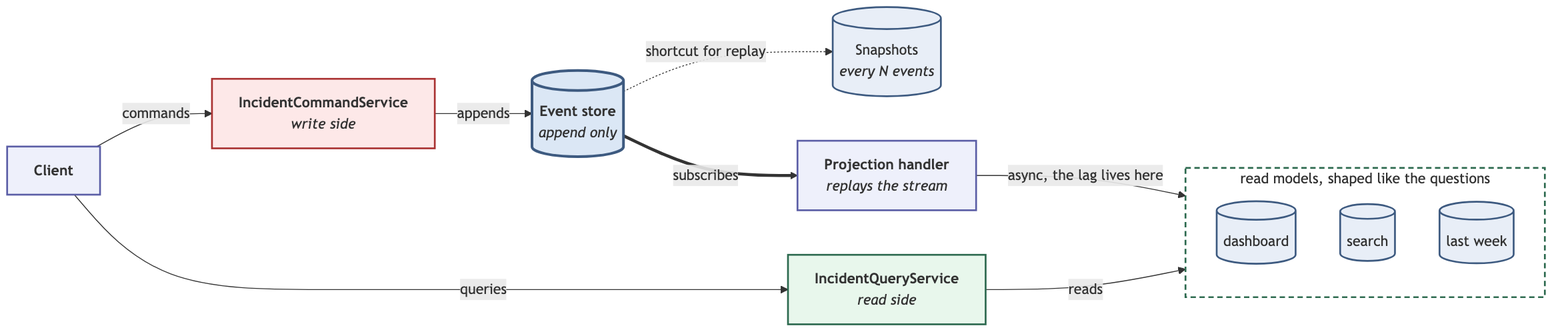
Earlier version of the Mermaid export assets/article_images/2026-08-21-from-cqrs-to-event-driven-architecture/04-es-cqrs.png (maldins46/comepaolo-blog-v2). Its source is kept beside it as assets/article_images/2026-08-21-from-cqrs-to-event-driven-architecture/04-es-cqrs.mmd. The source it was exported from:
```mermaid
flowchart LR
  C["<b>Client</b>"]
  CS["<b>IncidentCommandService</b><br/><i>write side</i>"]
  ES[("<b>Event store</b><br/><i>append only</i>")]
  SN[("Snapshots<br/><i>every N events</i>")]
  H["<b>Projection handler</b><br/><i>replays the stream</i>"]
  QS["<b>IncidentQueryService</b><br/><i>read side</i>"]

  subgraph RM["read models, shaped like the questions"]
    direction TB
    R1[("dashboard")]
    R2[("search")]
    R3[("last week")]
  end

  C -->|commands| CS
  CS -->|appends| ES
  ES -.->|shortcut for replay| SN
  ES ==>|subscribes| H
  H -->|async, the lag lives here| RM
  C -->|queries| QS
  QS -->|reads| RM

  classDef store fill:#e8eef7,stroke:#3d5a80,stroke-width:2px
  classDef main fill:#dbe7f5,stroke:#3d5a80,stroke-width:3px
  classDef write fill:#fde8e8,stroke:#a33,stroke-width:2px
  classDef read fill:#e8f7ec,stroke:#2d6a4f,stroke-width:2px
  classDef comp fill:#eef0fb,stroke:#5b5ea6,stroke-width:2px
  class ES main
  class SN,R1,R2,R3 store
  class CS write
  class QS read
  class C,H comp
  style RM fill:#ffffff,stroke:#2d6a4f,stroke-width:2px,stroke-dasharray: 6 4
```
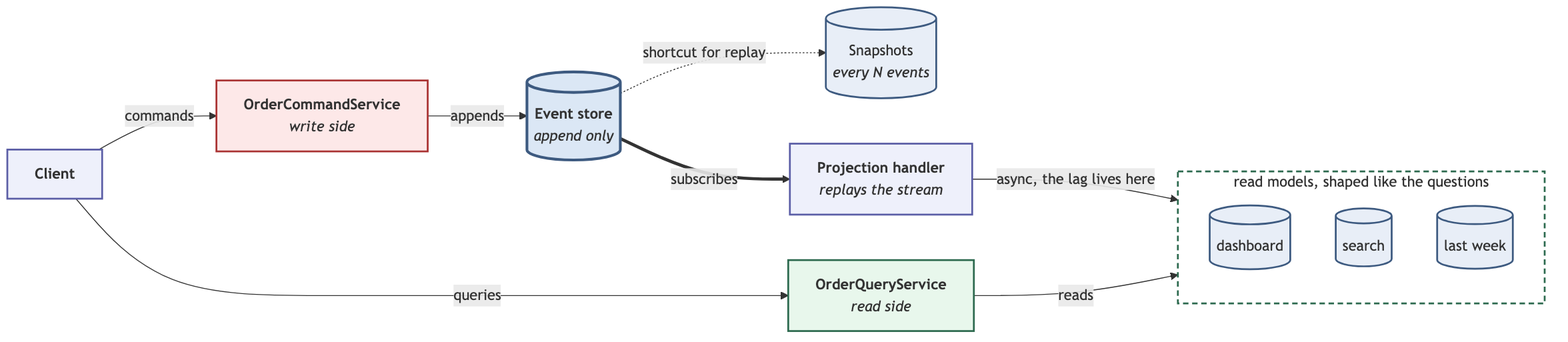
Later version of the same file.

The edit, as a diff of the source:
```diff
@@ -1,10 +1,10 @@
 flowchart LR
   C["<b>Client</b>"]
-  CS["<b>IncidentCommandService</b><br/><i>write side</i>"]
+  CS["<b>OrderCommandService</b><br/><i>write side</i>"]
   ES[("<b>Event store</b><br/><i>append only</i>")]
   SN[("Snapshots<br/><i>every N events</i>")]
   H["<b>Projection handler</b><br/><i>replays the stream</i>"]
-  QS["<b>IncidentQueryService</b><br/><i>read side</i>"]
+  QS["<b>OrderQueryService</b><br/><i>read side</i>"]
 
   subgraph RM["read models, shaped like the questions"]
     direction TB
```
